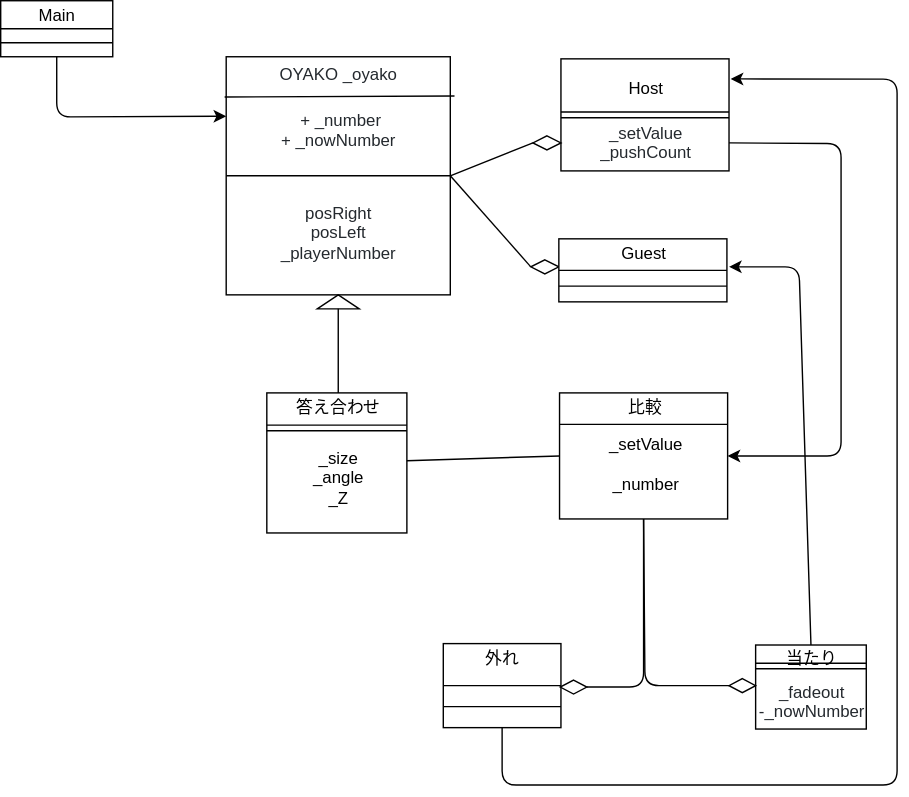
Above: メインクラス図.drawio のコピー.svg in netWork2019WinterMan/netWork2019WinterMan (draw.io), before the change. Source tidied: cells renumbered, new cells last; positions are measured from the earlier drawing's top-left corner, leaving out a move shared by most shapes.
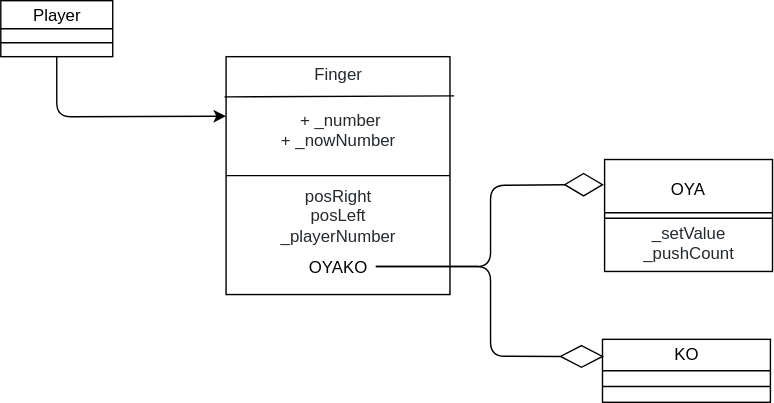
The same diagram one commit later.

Commit message:
Update メインクラス図.drawio のコピー.svg

Change to the diagram source:
```diff
@@ -5,7 +5,7 @@
     <mxCell id="2" style="rounded=0;whiteSpace=wrap;html=1;" parent="1" vertex="1">
       <mxGeometry x="161" y="40" width="160" height="170" as="geometry" />
     </mxCell>
-    <mxCell id="3" value="&lt;span style=&quot;color: rgb(36 , 41 , 46) ; font-family: , &amp;#34;consolas&amp;#34; , &amp;#34;liberation mono&amp;#34; , &amp;#34;menlo&amp;#34; , monospace ; white-space: pre ; background-color: rgb(255 , 255 , 255)&quot;&gt;OYAKO _oyako&lt;/span&gt;" style="text;html=1;strokeColor=none;fillColor=none;align=center;verticalAlign=middle;whiteSpace=wrap;rounded=0;" parent="1" vertex="1">
+    <mxCell id="3" value="&lt;span style=&quot;color: rgb(36 , 41 , 46) ; font-family: , &amp;#34;consolas&amp;#34; , &amp;#34;liberation mono&amp;#34; , &amp;#34;menlo&amp;#34; , monospace ; white-space: pre ; background-color: rgb(255 , 255 , 255)&quot;&gt;Finger&lt;/span&gt;" style="text;html=1;strokeColor=none;fillColor=none;align=center;verticalAlign=middle;whiteSpace=wrap;rounded=0;" parent="1" vertex="1">
       <mxGeometry x="176" y="41.5" width="130" height="20" as="geometry" />
     </mxCell>
     <mxCell id="4" style="endArrow=none;html=1;exitX=-0.007;exitY=0.169;exitDx=0;exitDy=0;exitPerimeter=0;" parent="1" edge="1" source="2">
@@ -14,37 +14,25 @@
       </mxGeometry>
     </mxCell>
     <mxCell id="5" value="&lt;span style=&quot;color: rgb(36 , 41 , 46) ; font-family: , &amp;#34;consolas&amp;#34; , &amp;#34;liberation mono&amp;#34; , &amp;#34;menlo&amp;#34; , monospace ; white-space: pre ; background-color: rgb(255 , 255 , 255)&quot;&gt;posRight&lt;br&gt;posLeft&lt;br&gt;&lt;/span&gt;&lt;span style=&quot;color: rgb(36 , 41 , 46) ; font-family: , &amp;#34;consolas&amp;#34; , &amp;#34;liberation mono&amp;#34; , &amp;#34;menlo&amp;#34; , monospace ; white-space: pre ; background-color: rgb(255 , 255 , 255)&quot;&gt;_playerNumber&lt;br&gt;&lt;/span&gt;" style="text;html=1;strokeColor=none;fillColor=none;align=center;verticalAlign=middle;whiteSpace=wrap;rounded=0;" parent="1" vertex="1">
-      <mxGeometry x="176" y="125" width="130" height="80" as="geometry" />
+      <mxGeometry x="176" y="130" width="130" height="46.5" as="geometry" />
     </mxCell>
     <mxCell id="6" style="endArrow=none;html=1;entryX=1;entryY=0.5;entryDx=0;entryDy=0;exitX=0;exitY=0.5;exitDx=0;exitDy=0;" parent="1" edge="1" source="2" target="2">
       <mxGeometry relative="1" as="geometry" />
     </mxCell>
     <mxCell id="7" style="rounded=0;whiteSpace=wrap;html=1;" parent="1" vertex="1">
-      <mxGeometry x="400" y="41.5" width="120" height="80" as="geometry" />
+      <mxGeometry x="431.5" y="113.5" width="120" height="80" as="geometry" />
     </mxCell>
-    <mxCell id="8" value="Host" style="text;html=1;strokeColor=none;fillColor=none;align=center;verticalAlign=middle;whiteSpace=wrap;rounded=0;" parent="1" vertex="1">
-      <mxGeometry x="440" y="51.5" width="40" height="20" as="geometry" />
+    <mxCell id="8" value="OYA" style="text;html=1;strokeColor=none;fillColor=none;align=center;verticalAlign=middle;whiteSpace=wrap;rounded=0;" parent="1" vertex="1">
+      <mxGeometry x="471.5" y="123.5" width="40" height="20" as="geometry" />
     </mxCell>
     <mxCell id="9" value="&lt;span style=&quot;color: rgb(36 , 41 , 46) ; font-family: , &amp;#34;consolas&amp;#34; , &amp;#34;liberation mono&amp;#34; , &amp;#34;menlo&amp;#34; , monospace ; white-space: pre ; background-color: rgb(255 , 255 , 255)&quot;&gt;_setValue&lt;br&gt;&lt;/span&gt;&lt;span style=&quot;color: rgb(36 , 41 , 46) ; font-family: , &amp;#34;consolas&amp;#34; , &amp;#34;liberation mono&amp;#34; , &amp;#34;menlo&amp;#34; , monospace ; white-space: pre ; background-color: rgb(255 , 255 , 255)&quot;&gt;_pushCount&lt;br&gt;&lt;/span&gt;" style="text;html=1;strokeColor=none;fillColor=none;align=center;verticalAlign=middle;whiteSpace=wrap;rounded=0;" parent="1" vertex="1">
-      <mxGeometry x="410" y="77" width="100" height="49" as="geometry" />
+      <mxGeometry x="441.5" y="149" width="100" height="49" as="geometry" />
     </mxCell>
-    <mxCell id="10" style="rhombus;whiteSpace=wrap;html=1;" parent="1" vertex="1">
-      <mxGeometry x="380" y="96.5" width="20" height="10" as="geometry" />
-    </mxCell>
-    <mxCell id="11" style="endArrow=none;html=1;entryX=0;entryY=0.5;entryDx=0;entryDy=0;exitX=1;exitY=0.5;exitDx=0;exitDy=0;" parent="1" edge="1" source="2" target="10">
-      <mxGeometry relative="1" as="geometry" />
-    </mxCell>
-    <mxCell id="12" style="rhombus;whiteSpace=wrap;html=1;" parent="1" vertex="1">
-      <mxGeometry x="378.5" y="185" width="20" height="10" as="geometry" />
-    </mxCell>
-    <mxCell id="13" style="endArrow=none;html=1;entryX=0;entryY=0.5;entryDx=0;entryDy=0;exitX=1;exitY=0.5;exitDx=0;exitDy=0;" parent="1" edge="1" source="2" target="12">
-      <mxGeometry relative="1" as="geometry" />
-    </mxCell>
     <mxCell id="14" style="rounded=0;whiteSpace=wrap;html=1;" parent="1" vertex="1">
-      <mxGeometry x="398.5" y="170" width="120" height="45" as="geometry" />
+      <mxGeometry x="430" y="242" width="120" height="45" as="geometry" />
     </mxCell>
-    <mxCell id="15" value="Guest" style="text;html=1;strokeColor=none;fillColor=none;align=center;verticalAlign=middle;whiteSpace=wrap;rounded=0;" parent="1" vertex="1">
-      <mxGeometry x="418.5" y="170" width="80" height="20" as="geometry" />
+    <mxCell id="15" value="KO" style="text;html=1;strokeColor=none;fillColor=none;align=center;verticalAlign=middle;whiteSpace=wrap;rounded=0;" parent="1" vertex="1">
+      <mxGeometry x="450" y="242" width="80" height="20" as="geometry" />
     </mxCell>
     <mxCell id="16" value="&lt;span style=&quot;color: rgb(36 , 41 , 46) ; white-space: pre ; background-color: rgb(255 , 255 , 255)&quot;&gt; + _number&lt;/span&gt;&lt;span style=&quot;color: rgb(36 , 41 , 46) ; white-space: pre ; background-color: rgb(255 , 255 , 255)&quot;&gt;&lt;br&gt;+ _nowNumber&lt;/span&gt;" style="text;html=1;strokeColor=none;fillColor=none;align=center;verticalAlign=middle;whiteSpace=wrap;rounded=0;" parent="1" vertex="1">
       <mxGeometry x="191" y="71.5" width="100" height="42" as="geometry" />
@@ -55,7 +43,7 @@
     <mxCell id="18" style="rounded=0;whiteSpace=wrap;html=1;" parent="1" vertex="1">
       <mxGeometry width="80" height="40" as="geometry" />
     </mxCell>
-    <mxCell id="19" value="Main" style="text;html=1;strokeColor=none;fillColor=none;align=center;verticalAlign=middle;whiteSpace=wrap;rounded=0;" parent="1" vertex="1">
+    <mxCell id="19" value="Player" style="text;html=1;strokeColor=none;fillColor=none;align=center;verticalAlign=middle;whiteSpace=wrap;rounded=0;" parent="1" vertex="1">
       <mxGeometry x="20" width="40" height="20" as="geometry" />
     </mxCell>
     <mxCell id="20" style="endArrow=none;html=1;entryX=1;entryY=0.75;entryDx=0;entryDy=0;exitX=0;exitY=0.75;exitDx=0;exitDy=0;" parent="1" edge="1" source="18" target="18">
@@ -77,112 +65,33 @@
     <mxCell id="24" style="endArrow=none;html=1;entryX=1;entryY=0.5;entryDx=0;entryDy=0;exitX=0;exitY=0.5;exitDx=0;exitDy=0;" parent="1" edge="1" source="14" target="14">
       <mxGeometry relative="1" as="geometry" />
     </mxCell>
-    <mxCell id="25" style="rounded=0;whiteSpace=wrap;html=1;" parent="1" vertex="1">
-      <mxGeometry x="190" y="280" width="100" height="100" as="geometry" />
-    </mxCell>
-    <mxCell id="26" value="_size&lt;br&gt;_angle&lt;br&gt;_Z" style="text;html=1;strokeColor=none;fillColor=none;align=center;verticalAlign=middle;whiteSpace=wrap;rounded=0;" parent="1" vertex="1">
-      <mxGeometry x="208.5" y="310" width="65" height="60" as="geometry" />
-    </mxCell>
-    <mxCell id="27" value="答え合わせ" style="text;html=1;strokeColor=none;fillColor=none;align=center;verticalAlign=middle;whiteSpace=wrap;rounded=0;" parent="1" vertex="1">
-      <mxGeometry x="198" y="280" width="86" height="20" as="geometry" />
-    </mxCell>
-    <mxCell id="28" style="shape=link;html=1;entryX=1;entryY=0.25;entryDx=0;entryDy=0;exitX=0;exitY=0.25;exitDx=0;exitDy=0;" parent="1" edge="1" source="25" target="25">
-      <mxGeometry relative="1" as="geometry" />
-    </mxCell>
-    <mxCell id="29" style="triangle;whiteSpace=wrap;html=1;rotation=-90;" parent="1" vertex="1">
-      <mxGeometry x="236" y="200" width="10" height="30" as="geometry" />
-    </mxCell>
-    <mxCell id="30" style="endArrow=none;html=1;entryX=0;entryY=0.5;entryDx=0;entryDy=0;exitX=0.5;exitY=0;exitDx=0;exitDy=0;" parent="1" edge="1" source="27" target="29">
-      <mxGeometry relative="1" as="geometry" />
-    </mxCell>
-    <mxCell id="31" style="rounded=0;whiteSpace=wrap;html=1;" parent="1" vertex="1">
-      <mxGeometry x="539" y="460" width="79" height="60" as="geometry" />
-    </mxCell>
-    <mxCell id="32" value="当たり" style="text;html=1;strokeColor=none;fillColor=none;align=center;verticalAlign=middle;whiteSpace=wrap;rounded=0;" parent="1" vertex="1">
-      <mxGeometry x="558.5" y="459" width="40" height="20" as="geometry" />
-    </mxCell>
-    <mxCell id="33" style="shape=link;html=1;entryX=1;entryY=0.25;entryDx=0;entryDy=0;exitX=0;exitY=0.25;exitDx=0;exitDy=0;" parent="1" edge="1" source="31" target="31">
-      <mxGeometry relative="1" as="geometry" />
-    </mxCell>
-    <mxCell id="34" value="&lt;span style=&quot;color: rgb(36 , 41 , 46) ; font-family: , &amp;#34;consolas&amp;#34; , &amp;#34;liberation mono&amp;#34; , &amp;#34;menlo&amp;#34; , monospace ; white-space: pre ; background-color: rgb(255 , 255 , 255)&quot;&gt;_fadeout&lt;br/&gt;-_nowNumber&lt;br/&gt;&lt;/span&gt;" style="text;html=1;strokeColor=none;fillColor=none;align=center;verticalAlign=middle;whiteSpace=wrap;rounded=0;" parent="1" vertex="1">
-      <mxGeometry x="539" y="480" width="79" height="40" as="geometry" />
-    </mxCell>
-    <mxCell id="35" style="rhombus;whiteSpace=wrap;html=1;" parent="1" vertex="1">
-      <mxGeometry x="520" y="484" width="19" height="10" as="geometry" />
-    </mxCell>
-    <mxCell id="36" style="endArrow=none;html=1;exitX=0.5;exitY=1;exitDx=0;exitDy=0;entryX=0;entryY=0.5;entryDx=0;entryDy=0;" parent="1" edge="1" source="42" target="35">
-      <mxGeometry relative="1" as="geometry">
-        <Array as="points">
-          <mxPoint x="460" y="489" />
-        </Array>
-      </mxGeometry>
-    </mxCell>
-    <mxCell id="37" style="rounded=0;whiteSpace=wrap;html=1;" parent="1" vertex="1">
-      <mxGeometry x="316" y="459" width="84" height="60" as="geometry" />
-    </mxCell>
-    <mxCell id="38" value="外れ" style="text;html=1;strokeColor=none;fillColor=none;align=center;verticalAlign=middle;whiteSpace=wrap;rounded=0;" parent="1" vertex="1">
-      <mxGeometry x="337.5" y="459" width="40" height="20" as="geometry" />
-    </mxCell>
-    <mxCell id="39" style="endArrow=none;html=1;exitX=1;exitY=0.5;exitDx=0;exitDy=0;" parent="1" edge="1" source="48">
-      <mxGeometry relative="1" as="geometry">
-        <mxPoint x="459" y="370" as="targetPoint" />
-        <Array as="points">
-          <mxPoint x="459" y="490" />
-        </Array>
-      </mxGeometry>
-    </mxCell>
-    <mxCell id="40" style="endArrow=none;html=1;entryX=1;entryY=0.75;entryDx=0;entryDy=0;exitX=0;exitY=0.75;exitDx=0;exitDy=0;" parent="1" edge="1" source="37" target="37">
-      <mxGeometry relative="1" as="geometry">
-        <Array as="points">
-          <mxPoint x="358" y="504" />
-        </Array>
-      </mxGeometry>
-    </mxCell>
-    <mxCell id="41" style="endArrow=none;html=1;entryX=1;entryY=0.5;entryDx=0;entryDy=0;exitX=0;exitY=0.5;exitDx=0;exitDy=0;" parent="1" edge="1" source="37" target="37">
-      <mxGeometry relative="1" as="geometry" />
-    </mxCell>
-    <mxCell id="42" style="rounded=0;whiteSpace=wrap;html=1;" parent="1" vertex="1">
-      <mxGeometry x="399" y="280" width="120" height="90" as="geometry" />
-    </mxCell>
-    <mxCell id="43" style="endArrow=none;html=1;entryX=1;entryY=0.25;entryDx=0;entryDy=0;exitX=0;exitY=0.25;exitDx=0;exitDy=0;" parent="1" edge="1" source="42" target="42">
-      <mxGeometry relative="1" as="geometry" />
-    </mxCell>
-    <mxCell id="44" value="_setValue&lt;br&gt;&lt;br&gt;_number" style="text;html=1;strokeColor=none;fillColor=none;align=center;verticalAlign=middle;whiteSpace=wrap;rounded=0;" parent="1" vertex="1">
-      <mxGeometry x="420" y="305" width="80" height="50" as="geometry" />
-    </mxCell>
-    <mxCell id="45" style="endArrow=classic;html=1;entryX=1;entryY=0.5;entryDx=0;entryDy=0;exitX=1;exitY=0.75;exitDx=0;exitDy=0;" parent="1" edge="1" source="7" target="42">
-      <mxGeometry relative="1" as="geometry">
-        <Array as="points">
-          <mxPoint x="600" y="102" />
-          <mxPoint x="600" y="325" />
-        </Array>
-      </mxGeometry>
-    </mxCell>
-    <mxCell id="46" style="endArrow=none;html=1;entryX=0;entryY=0.5;entryDx=0;entryDy=0;" parent="1" edge="1" source="25" target="42">
-      <mxGeometry relative="1" as="geometry" />
-    </mxCell>
-    <mxCell id="47" value="比較" style="text;html=1;strokeColor=none;fillColor=none;align=center;verticalAlign=middle;whiteSpace=wrap;rounded=0;" parent="1" vertex="1">
-      <mxGeometry x="440" y="280" width="40" height="20" as="geometry" />
-    </mxCell>
-    <mxCell id="48" style="rhombus;whiteSpace=wrap;html=1;" parent="1" vertex="1">
-      <mxGeometry x="399.5" y="485" width="19" height="10" as="geometry" />
-    </mxCell>
-    <mxCell id="49" style="endArrow=classic;html=1;entryX=1.01;entryY=0.179;entryDx=0;entryDy=0;entryPerimeter=0;exitX=0.5;exitY=1;exitDx=0;exitDy=0;" parent="1" edge="1" source="37" target="7">
-      <mxGeometry relative="1" as="geometry">
-        <Array as="points">
-          <mxPoint x="358" y="560" />
-          <mxPoint x="640" y="560" />
-          <mxPoint x="640" y="56" />
-        </Array>
-      </mxGeometry>
-    </mxCell>
-    <mxCell id="50" style="endArrow=classic;html=1;exitX=0.5;exitY=0;exitDx=0;exitDy=0;" parent="1" edge="1" source="31">
-      <mxGeometry relative="1" as="geometry">
-        <mxPoint x="520" y="190" as="targetPoint" />
-        <Array as="points">
-          <mxPoint x="570" y="190" />
-        </Array>
-      </mxGeometry>
-    </mxCell>
+    <mxCell id="51" value="OYAKO" style="text;html=1;strokeColor=none;fillColor=none;align=center;verticalAlign=middle;whiteSpace=wrap;rounded=0;" parent="1" vertex="1">
+      <mxGeometry x="214" y="180" width="54" height="20" as="geometry" />
+    </mxCell>
+    <mxCell id="52" style="edgeStyle=orthogonalEdgeStyle;rounded=0;orthogonalLoop=1;jettySize=auto;html=1;exitX=0.5;exitY=1;exitDx=0;exitDy=0;" parent="1" edge="1" source="51" target="51">
+      <mxGeometry relative="1" as="geometry" />
+    </mxCell>
+    <mxCell id="53" style="rhombus;whiteSpace=wrap;html=1;rounded=0;fillColor=none;gradientColor=none;" parent="1" vertex="1">
+      <mxGeometry x="403" y="123.5" width="27" height="16" as="geometry" />
+    </mxCell>
+    <mxCell id="54" style="rhombus;whiteSpace=wrap;html=1;rounded=0;fillColor=none;gradientColor=none;" parent="1" vertex="1">
+      <mxGeometry x="400" y="246.5" width="30" height="15.5" as="geometry" />
+    </mxCell>
+    <mxCell id="55" style="endArrow=none;html=1;entryX=0;entryY=0.5;entryDx=0;entryDy=0;exitX=1;exitY=0.5;exitDx=0;exitDy=0;" parent="1" edge="1" source="51" target="53">
+      <mxGeometry relative="1" as="geometry">
+        <Array as="points">
+          <mxPoint x="350" y="190" />
+          <mxPoint x="350" y="132" />
+        </Array>
+      </mxGeometry>
+    </mxCell>
+    <mxCell id="56" style="endArrow=none;html=1;entryX=0;entryY=0.5;entryDx=0;entryDy=0;exitX=1;exitY=0.5;exitDx=0;exitDy=0;" parent="1" edge="1" source="51" target="54">
+      <mxGeometry relative="1" as="geometry">
+        <Array as="points">
+          <mxPoint x="350" y="190" />
+          <mxPoint x="350" y="254" />
+        </Array>
+      </mxGeometry>
+    </mxCell>
   </root>
 </mxGraphModel>
```
